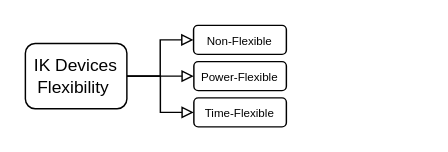
This is Flex_Class_IK.drawio from luistmartins/thesis_ik, a draw.io file, before an edit. Source tidied: cells renumbered, new cells numbered last; positions are measured from the earlier drawing's top-left corner, leaving out a move shared by most shapes. Both pictures are drawn from the tidied source at 145%, with x=0, y=0 at pixel (25, 25).
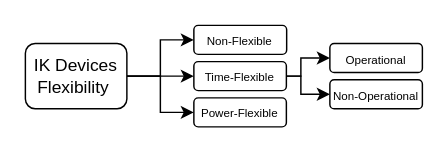
After the change.

Diff of the diagram source:
```diff
@@
 <mxGraphModel>
   <root>
     <mxCell id="0" />
     <mxCell id="1" parent="0" />
-    <mxCell id="2" style="edgeStyle=orthogonalEdgeStyle;rounded=0;jettySize=auto;html=1;endArrow=block;endFill=0;" parent="1" edge="1" source="5" target="7">
-      <mxGeometry relative="1" as="geometry" />
+    <mxCell id="2" style="edgeStyle=orthogonalEdgeStyle;rounded=0;jettySize=auto;html=1;endArrow=classic;endFill=1;" parent="1" edge="1" source="5" target="7">
+      <mxGeometry x="0.01" relative="1" as="geometry" />
     </mxCell>
-    <mxCell id="3" style="edgeStyle=orthogonalEdgeStyle;rounded=0;jettySize=auto;html=1;exitX=1;exitY=0.5;exitDx=0;exitDy=0;entryX=0;entryY=0.5;entryDx=0;entryDy=0;endArrow=block;endFill=0;" parent="1" edge="1" source="5" target="6">
-      <mxGeometry relative="1" as="geometry" />
+    <mxCell id="3" style="edgeStyle=orthogonalEdgeStyle;rounded=0;jettySize=auto;html=1;exitX=1;exitY=0.5;exitDx=0;exitDy=0;entryX=0;entryY=0.5;entryDx=0;entryDy=0;endArrow=classic;endFill=1;" parent="1" edge="1" source="5" target="6">
+      <mxGeometry x="0.01" relative="1" as="geometry" />
     </mxCell>
-    <mxCell id="4" style="edgeStyle=orthogonalEdgeStyle;rounded=0;jettySize=auto;html=1;endArrow=block;endFill=0;" parent="1" edge="1" source="5" target="8">
+    <mxCell id="4" style="edgeStyle=orthogonalEdgeStyle;rounded=0;jettySize=auto;html=1;endArrow=classic;endFill=1;" parent="1" edge="1" source="5" target="8">
       <mxGeometry relative="1" as="geometry" />
     </mxCell>
     <mxCell id="5" value="IK Devices Flexibility&amp;nbsp;" style="rounded=1;whiteSpace=wrap;html=1;" parent="1" vertex="1">
       <mxGeometry y="12.5" width="70" height="45" as="geometry" />
     </mxCell>
     <mxCell id="6" value="&lt;font style=&quot;font-size: 8px;&quot;&gt;Power-Flexible&lt;/font&gt;" style="rounded=1;whiteSpace=wrap;html=1;" parent="1" vertex="1">
-      <mxGeometry x="116.2" y="25" width="63.8" height="20" as="geometry" />
+      <mxGeometry x="116.2" y="50" width="63.8" height="20" as="geometry" />
     </mxCell>
     <mxCell id="7" value="&lt;font style=&quot;font-size: 8px;&quot;&gt;Non-Flexible&lt;/font&gt;" style="rounded=1;whiteSpace=wrap;html=1;" parent="1" vertex="1">
-      <mxGeometry x="116" width="64" height="20" as="geometry" />
+      <mxGeometry x="116.2" width="64" height="20" as="geometry" />
     </mxCell>
+    <mxCell id="9" style="edgeStyle=orthogonalEdgeStyle;rounded=0;jettySize=auto;html=1;entryX=0;entryY=0.5;entryDx=0;entryDy=0;" parent="1" edge="1" source="8" target="11">
+      <mxGeometry relative="1" as="geometry">
+        <Array as="points">
+          <mxPoint x="190" y="35" />
+          <mxPoint x="190" y="22.5" />
+        </Array>
+      </mxGeometry>
+    </mxCell>
+    <mxCell id="10" style="edgeStyle=orthogonalEdgeStyle;rounded=0;jettySize=auto;html=1;entryX=0;entryY=0.5;entryDx=0;entryDy=0;" parent="1" edge="1" source="8" target="12">
+      <mxGeometry relative="1" as="geometry">
+        <Array as="points">
+          <mxPoint x="190" y="35" />
+          <mxPoint x="190" y="47.5" />
+        </Array>
+      </mxGeometry>
+    </mxCell>
     <mxCell id="8" value="&lt;font style=&quot;font-size: 8px;&quot;&gt;Time-Flexible&lt;/font&gt;" style="rounded=1;whiteSpace=wrap;html=1;" parent="1" vertex="1">
-      <mxGeometry x="116.2" y="50" width="63.8" height="20" as="geometry" />
+      <mxGeometry x="116.2" y="25" width="63.8" height="20" as="geometry" />
     </mxCell>
+    <mxCell id="11" value="&lt;font style=&quot;font-size: 8px;&quot;&gt;Operational&lt;/font&gt;" style="rounded=1;whiteSpace=wrap;html=1;" parent="1" vertex="1">
+      <mxGeometry x="210" y="12.5" width="63.8" height="20" as="geometry" />
+    </mxCell>
+    <mxCell id="12" value="&lt;font style=&quot;font-size: 8px;&quot;&gt;Non-Operational&lt;/font&gt;" style="rounded=1;whiteSpace=wrap;html=1;" parent="1" vertex="1">
+      <mxGeometry x="210" y="37.5" width="63.8" height="20" as="geometry" />
+    </mxCell>
   </root>
 </mxGraphModel>
```
